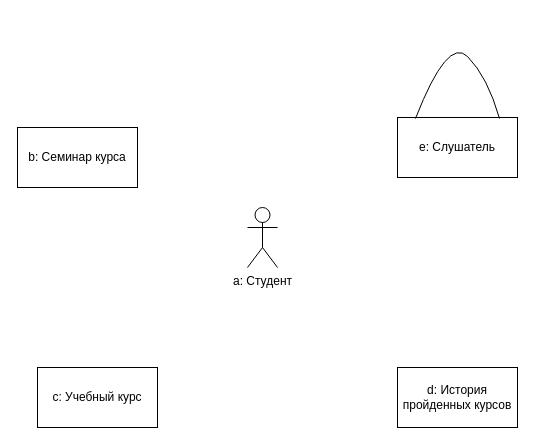
Before: acms4_2.drawio in v-tempe/draw.io, a draw.io diagram. Source tidied: cells renumbered, new cells numbered last; positions are measured from the earlier drawing's top-left corner, leaving out a move shared by most shapes. Both pictures are drawn from the tidied source at 100%, with x=0, y=0 at pixel (17, 36).
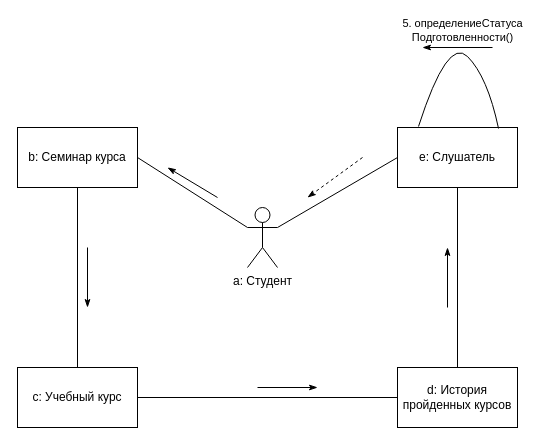
After the change.

Unchanged cells that the change refers to:
```xml
<mxCell id="2" value="a: Студент" style="shape=umlActor;verticalLabelPosition=bottom;verticalAlign=top;html=1;outlineConnect=0;" parent="1" vertex="1">
  <mxGeometry x="230" y="171" width="30" height="60" as="geometry" />
</mxCell>
<mxCell id="3" value="b: Семинар курса" style="rounded=0;whiteSpace=wrap;html=1;" parent="1" vertex="1">
  <mxGeometry y="91" width="120" height="60" as="geometry" />
</mxCell>
<mxCell id="6" value="d: История пройденных курсов" style="rounded=0;whiteSpace=wrap;html=1;" parent="1" vertex="1">
  <mxGeometry x="380" y="331" width="120" height="60" as="geometry" />
</mxCell>
```

What changed in the source:
```diff
@@
     <mxCell id="4" value="c: Учебный курс" style="rounded=0;whiteSpace=wrap;html=1;" parent="1" vertex="1">
-      <mxGeometry x="20" y="331" width="120" height="60" as="geometry" />
+      <mxGeometry y="331" width="120" height="60" as="geometry" />
     </mxCell>
     <mxCell id="5" value="e: Слушатель" style="rounded=0;whiteSpace=wrap;html=1;" parent="1" vertex="1">
-      <mxGeometry x="380" y="81" width="120" height="60" as="geometry" />
+      <mxGeometry x="380" y="91" width="120" height="60" as="geometry" />
     </mxCell>
@@
-    <mxCell id="7" style="curved=1;endArrow=none;html=1;rounded=0;exitX=0.85;exitY=0.033;exitDx=0;exitDy=0;exitPerimeter=0;entryX=0.15;entryY=0.033;entryDx=0;entryDy=0;entryPerimeter=0;startFill=0;" parent="1" edge="1">
+    <mxCell id="7" style="curved=1;endArrow=none;html=1;rounded=0;exitX=0.842;exitY=0.017;exitDx=0;exitDy=0;exitPerimeter=0;entryX=0.175;entryY=-0.017;entryDx=0;entryDy=0;entryPerimeter=0;startFill=0;" parent="1" edge="1" source="5" target="5">
       <mxGeometry relative="1" as="geometry">
-        <mxPoint x="482" y="82" as="sourcePoint" />
-        <mxPoint x="398" y="82" as="targetPoint" />
         <Array as="points">
           <mxPoint x="470" y="40" />
           <mxPoint x="430" />
         </Array>
       </mxGeometry>
     </mxCell>
+    <mxCell id="8" value="&lt;div&gt;5. определениеСтатуса&lt;/div&gt;&lt;div&gt;Подготовленности()&lt;/div&gt;" style="edgeLabel;html=1;align=center;verticalAlign=middle;" parent="7" vertex="1">
+      <mxGeometry x="-0.19" y="6" relative="1" as="geometry">
+        <mxPoint y="-30" as="offset" />
+      </mxGeometry>
+    </mxCell>
+    <mxCell id="9" style="endArrow=classicThin;html=1;rounded=0;endFill=1;" parent="1" edge="1">
+      <mxGeometry relative="1" as="geometry">
+        <mxPoint x="475" y="11" as="sourcePoint" />
+        <mxPoint x="405" y="11" as="targetPoint" />
+      </mxGeometry>
+    </mxCell>
+    <mxCell id="10" style="endArrow=none;html=1;rounded=0;entryX=0;entryY=0.3333333333333333;entryDx=0;entryDy=0;entryPerimeter=0;exitX=1;exitY=0.5;exitDx=0;exitDy=0;" parent="1" edge="1" source="3" target="2">
+      <mxGeometry relative="1" as="geometry" />
+    </mxCell>
+    <mxCell id="11" style="endArrow=classicThin;html=1;rounded=0;endFill=1;" parent="1" edge="1">
+      <mxGeometry relative="1" as="geometry">
+        <mxPoint x="200" y="161" as="sourcePoint" />
+        <mxPoint x="150" y="131" as="targetPoint" />
+      </mxGeometry>
+    </mxCell>
+    <mxCell id="12" style="endArrow=none;html=1;rounded=0;entryX=1;entryY=0.3333333333333333;entryDx=0;entryDy=0;entryPerimeter=0;exitX=0;exitY=0.5;exitDx=0;exitDy=0;" parent="1" edge="1" source="5" target="2">
+      <mxGeometry relative="1" as="geometry" />
+    </mxCell>
+    <mxCell id="13" style="endArrow=classicThin;html=1;rounded=0;endFill=1;dashed=1;" parent="1" edge="1">
+      <mxGeometry relative="1" as="geometry">
+        <mxPoint x="345" y="121" as="sourcePoint" />
+        <mxPoint x="290" y="161" as="targetPoint" />
+      </mxGeometry>
+    </mxCell>
+    <mxCell id="14" style="endArrow=none;html=1;rounded=0;entryX=0.5;entryY=0;entryDx=0;entryDy=0;exitX=0.5;exitY=1;exitDx=0;exitDy=0;" parent="1" edge="1" source="5" target="6">
+      <mxGeometry relative="1" as="geometry" />
+    </mxCell>
+    <mxCell id="15" style="endArrow=classicThin;html=1;rounded=0;endFill=1;" parent="1" edge="1">
+      <mxGeometry relative="1" as="geometry">
+        <mxPoint x="430" y="271" as="sourcePoint" />
+        <mxPoint x="430" y="211" as="targetPoint" />
+      </mxGeometry>
+    </mxCell>
+    <mxCell id="16" style="endArrow=none;html=1;rounded=0;entryX=1;entryY=0.5;entryDx=0;entryDy=0;exitX=0;exitY=0.5;exitDx=0;exitDy=0;" parent="1" edge="1" source="6" target="4">
+      <mxGeometry relative="1" as="geometry" />
+    </mxCell>
+    <mxCell id="17" style="endArrow=classicThin;html=1;rounded=0;endFill=1;" parent="1" edge="1">
+      <mxGeometry relative="1" as="geometry">
+        <mxPoint x="240" y="351" as="sourcePoint" />
+        <mxPoint x="300" y="351" as="targetPoint" />
+      </mxGeometry>
+    </mxCell>
+    <mxCell id="18" style="endArrow=none;html=1;rounded=0;entryX=0.5;entryY=0;entryDx=0;entryDy=0;exitX=0.5;exitY=1;exitDx=0;exitDy=0;" parent="1" edge="1" source="3" target="4">
+      <mxGeometry relative="1" as="geometry" />
+    </mxCell>
+    <mxCell id="19" style="endArrow=classicThin;html=1;rounded=0;endFill=1;" parent="1" edge="1">
+      <mxGeometry relative="1" as="geometry">
+        <mxPoint x="70" y="211" as="sourcePoint" />
+        <mxPoint x="70" y="271" as="targetPoint" />
+      </mxGeometry>
+    </mxCell>
```
